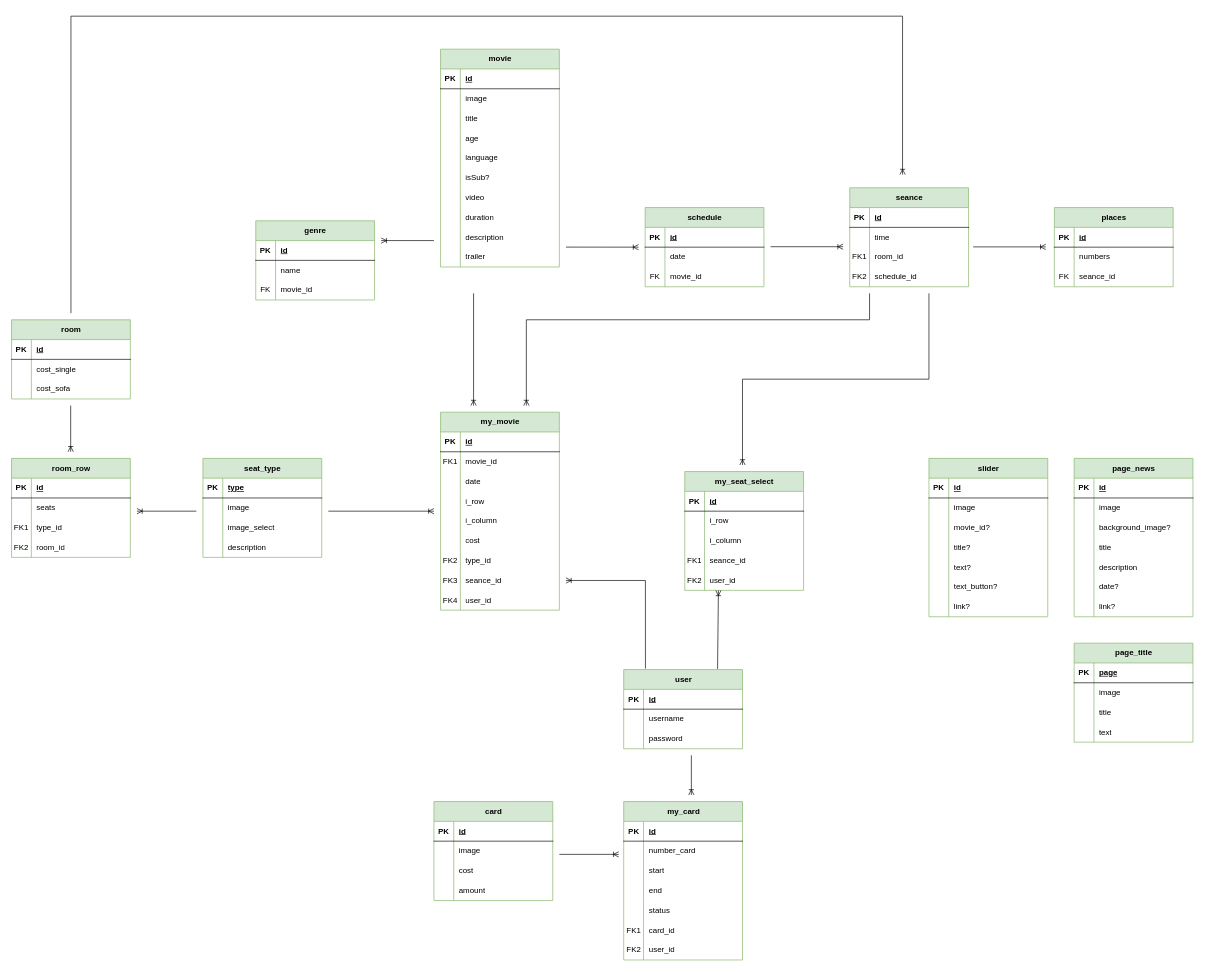
Before: backend/Диаграмма классов.drawio in DeeMooR/Silver-Screen, a draw.io diagram. Source tidied: cells renumbered, new cells numbered last; positions are measured from the earlier drawing's top-left corner, leaving out a move shared by most shapes. Both pictures are drawn from the tidied source at 66%, with x=0, y=0 at pixel (11, 16).
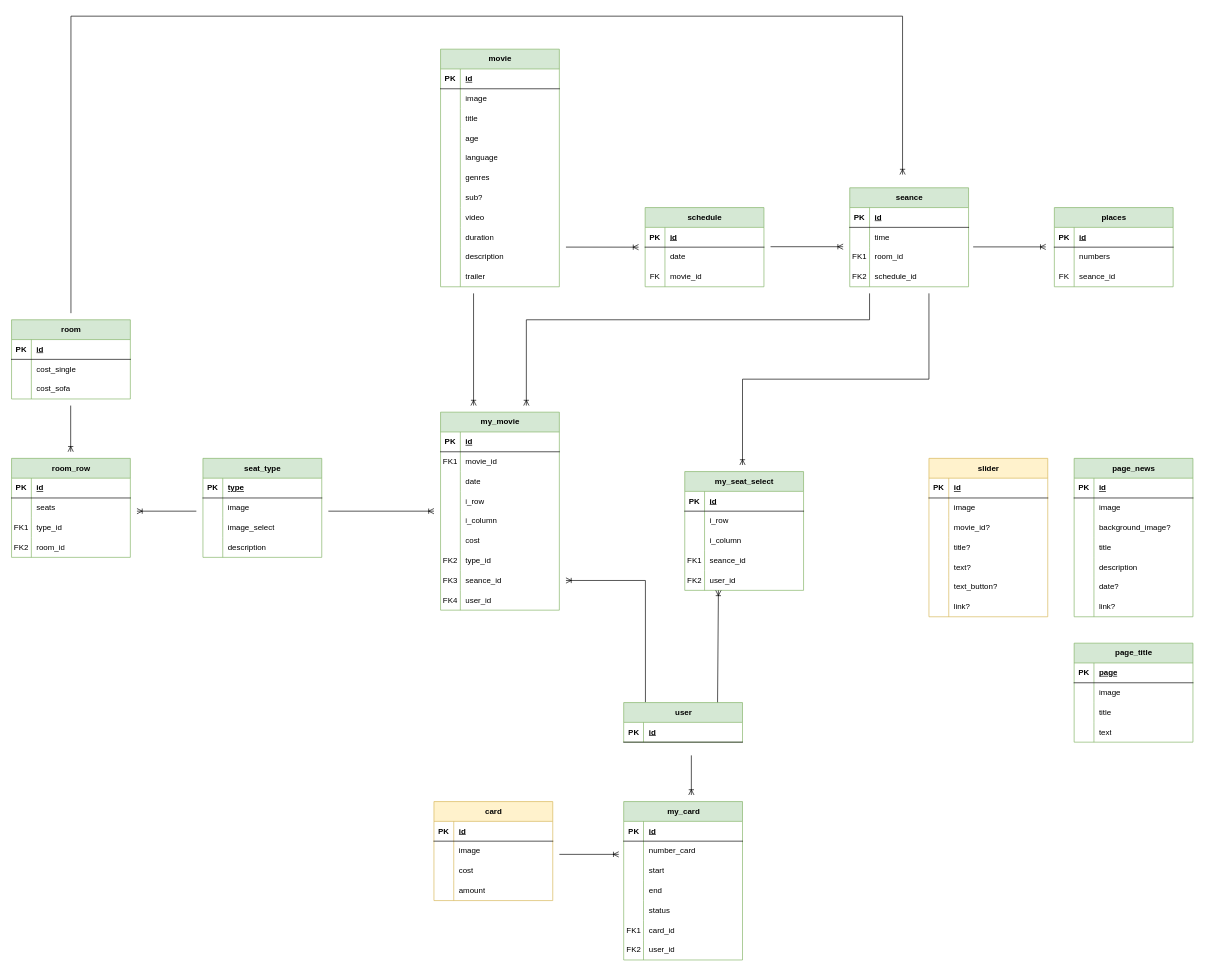
The same diagram, later.

The edit, as a diff of the source:
```diff
@@
     <mxCell id="2" value="user" style="shape=table;startSize=30;childLayout=tableLayout;rowLines=0;fontStyle=1;align=center;html=1;fillColor=#d5e8d4;strokeColor=#82b366;" parent="1" vertex="1">
-      <mxGeometry x="927.5" y="990" width="180" height="120" as="geometry" />
+      <mxGeometry x="927.5" y="1040" width="180" height="60" as="geometry" />
     </mxCell>
@@
-    <mxCell id="6" style="shape=tableRow;horizontal=0;startSize=0;swimlaneHead=0;swimlaneBody=0;fillColor=none;top=0;left=0;right=0;bottom=0;" parent="2" vertex="1">
-      <mxGeometry y="60" width="180" height="30" as="geometry" />
-    </mxCell>
-    <mxCell id="7" style="shape=partialRectangle;fillColor=none;top=0;left=0;bottom=0;right=0;overflow=hidden;whiteSpace=wrap;html=1;" parent="6" vertex="1">
-      <mxGeometry width="30" height="30" as="geometry" />
-    </mxCell>
-    <mxCell id="8" value="username" style="shape=partialRectangle;fillColor=none;top=0;left=0;bottom=0;right=0;align=left;spacingLeft=6;overflow=hidden;whiteSpace=wrap;html=1;" parent="6" vertex="1">
-      <mxGeometry x="30" width="150" height="30" as="geometry" />
-    </mxCell>
-    <mxCell id="9" style="shape=tableRow;horizontal=0;startSize=0;swimlaneHead=0;swimlaneBody=0;fillColor=none;top=0;left=0;right=0;bottom=0;" parent="2" vertex="1">
-      <mxGeometry y="90" width="180" height="30" as="geometry" />
-    </mxCell>
-    <mxCell id="10" style="shape=partialRectangle;fillColor=none;top=0;left=0;bottom=0;right=0;overflow=hidden;whiteSpace=wrap;html=1;" parent="9" vertex="1">
-      <mxGeometry width="30" height="30" as="geometry" />
-    </mxCell>
-    <mxCell id="11" value="password" style="shape=partialRectangle;fillColor=none;top=0;left=0;bottom=0;right=0;align=left;spacingLeft=6;overflow=hidden;whiteSpace=wrap;html=1;" parent="9" vertex="1">
-      <mxGeometry x="30" width="150" height="30" as="geometry" />
-    </mxCell>
@@
-    <mxCell id="78" value="card" style="shape=table;startSize=30;childLayout=tableLayout;rowLines=0;fontStyle=1;align=center;html=1;fillColor=#d5e8d4;strokeColor=#82b366;" parent="1" vertex="1">
+    <mxCell id="78" value="card" style="shape=table;startSize=30;childLayout=tableLayout;rowLines=0;fontStyle=1;align=center;html=1;fillColor=#fff2cc;strokeColor=#d6b656;" parent="1" vertex="1">
       <mxGeometry x="640" y="1190" width="180" height="150" as="geometry" />
     </mxCell>
@@
-    <mxCell id="139" value="slider" style="shape=table;startSize=30;childLayout=tableLayout;rowLines=0;fontStyle=1;align=center;html=1;fillColor=#d5e8d4;strokeColor=#82b366;" parent="1" vertex="1">
+    <mxCell id="139" value="slider" style="shape=table;startSize=30;childLayout=tableLayout;rowLines=0;fontStyle=1;align=center;html=1;fillColor=#fff2cc;strokeColor=#d6b656;" parent="1" vertex="1">
       <mxGeometry x="1390" y="670" width="180" height="240" as="geometry" />
     </mxCell>
@@
     <mxCell id="184" value="movie" style="shape=table;startSize=30;childLayout=tableLayout;rowLines=0;fontStyle=1;align=center;html=1;fillColor=#d5e8d4;strokeColor=#82b366;" parent="1" vertex="1">
-      <mxGeometry x="650" y="50" width="180" height="330" as="geometry" />
+      <mxGeometry x="650" y="50" width="180" height="360" as="geometry" />
     </mxCell>
@@
+    <mxCell id="273" style="shape=tableRow;horizontal=0;startSize=0;swimlaneHead=0;swimlaneBody=0;fillColor=none;top=0;left=0;right=0;bottom=0;" parent="184" vertex="1">
+      <mxGeometry y="180" width="180" height="30" as="geometry" />
+    </mxCell>
+    <mxCell id="274" style="shape=partialRectangle;fillColor=none;top=0;left=0;bottom=0;right=0;overflow=hidden;whiteSpace=wrap;html=1;" parent="273" vertex="1">
+      <mxGeometry width="30" height="30" as="geometry" />
+    </mxCell>
+    <mxCell id="275" value="genres" style="shape=partialRectangle;fillColor=none;top=0;left=0;bottom=0;right=0;align=left;spacingLeft=6;overflow=hidden;whiteSpace=wrap;html=1;" parent="273" vertex="1">
+      <mxGeometry x="30" width="150" height="30" as="geometry" />
+    </mxCell>
     <mxCell id="200" style="shape=tableRow;horizontal=0;startSize=0;swimlaneHead=0;swimlaneBody=0;fillColor=none;top=0;left=0;right=0;bottom=0;" parent="184" vertex="1">
-      <mxGeometry y="180" width="180" height="30" as="geometry" />
+      <mxGeometry y="210" width="180" height="30" as="geometry" />
     </mxCell>
@@
-    <mxCell id="202" value="isSub?" style="shape=partialRectangle;fillColor=none;top=0;left=0;bottom=0;right=0;align=left;spacingLeft=6;overflow=hidden;whiteSpace=wrap;html=1;" parent="200" vertex="1">
+    <mxCell id="202" value="sub?" style="shape=partialRectangle;fillColor=none;top=0;left=0;bottom=0;right=0;align=left;spacingLeft=6;overflow=hidden;whiteSpace=wrap;html=1;" parent="200" vertex="1">
       <mxGeometry x="30" width="150" height="30" as="geometry" />
     </mxCell>
     <mxCell id="203" style="shape=tableRow;horizontal=0;startSize=0;swimlaneHead=0;swimlaneBody=0;fillColor=none;top=0;left=0;right=0;bottom=0;" parent="184" vertex="1">
-      <mxGeometry y="210" width="180" height="30" as="geometry" />
+      <mxGeometry y="240" width="180" height="30" as="geometry" />
     </mxCell>
@@
     <mxCell id="206" style="shape=tableRow;horizontal=0;startSize=0;swimlaneHead=0;swimlaneBody=0;fillColor=none;top=0;left=0;right=0;bottom=0;" parent="184" vertex="1">
-      <mxGeometry y="240" width="180" height="30" as="geometry" />
+      <mxGeometry y="270" width="180" height="30" as="geometry" />
     </mxCell>
@@
     <mxCell id="209" style="shape=tableRow;horizontal=0;startSize=0;swimlaneHead=0;swimlaneBody=0;fillColor=none;top=0;left=0;right=0;bottom=0;" parent="184" vertex="1">
-      <mxGeometry y="270" width="180" height="30" as="geometry" />
+      <mxGeometry y="300" width="180" height="30" as="geometry" />
     </mxCell>
@@
     <mxCell id="212" style="shape=tableRow;horizontal=0;startSize=0;swimlaneHead=0;swimlaneBody=0;fillColor=none;top=0;left=0;right=0;bottom=0;" parent="184" vertex="1">
-      <mxGeometry y="300" width="180" height="30" as="geometry" />
+      <mxGeometry y="330" width="180" height="30" as="geometry" />
     </mxCell>
@@
-    <mxCell id="258" value="genre" style="shape=table;startSize=30;childLayout=tableLayout;rowLines=0;fontStyle=1;align=center;html=1;fillColor=#d5e8d4;strokeColor=#82b366;" parent="1" vertex="1">
-      <mxGeometry x="370" y="310" width="180" height="120" as="geometry" />
-    </mxCell>
-    <mxCell id="259" style="shape=tableRow;horizontal=0;startSize=0;swimlaneHead=0;swimlaneBody=0;fillColor=none;top=0;left=0;right=0;bottom=1;" parent="258" vertex="1">
-      <mxGeometry y="30" width="180" height="30" as="geometry" />
-    </mxCell>
-    <mxCell id="260" value="PK" style="shape=partialRectangle;fillColor=none;top=0;left=0;bottom=0;right=0;fontStyle=1;overflow=hidden;whiteSpace=wrap;html=1;" parent="259" vertex="1">
-      <mxGeometry width="30" height="30" as="geometry" />
-    </mxCell>
-    <mxCell id="261" value="id" style="shape=partialRectangle;fillColor=none;top=0;left=0;bottom=0;right=0;align=left;spacingLeft=6;fontStyle=5;overflow=hidden;whiteSpace=wrap;html=1;" parent="259" vertex="1">
-      <mxGeometry x="30" width="150" height="30" as="geometry" />
-    </mxCell>
-    <mxCell id="262" style="shape=tableRow;horizontal=0;startSize=0;swimlaneHead=0;swimlaneBody=0;fillColor=none;top=0;left=0;right=0;bottom=0;" parent="258" vertex="1">
-      <mxGeometry y="60" width="180" height="30" as="geometry" />
-    </mxCell>
-    <mxCell id="263" style="shape=partialRectangle;fillColor=none;top=0;left=0;bottom=0;right=0;overflow=hidden;whiteSpace=wrap;html=1;" parent="262" vertex="1">
-      <mxGeometry width="30" height="30" as="geometry" />
-    </mxCell>
-    <mxCell id="264" value="name" style="shape=partialRectangle;fillColor=none;top=0;left=0;bottom=0;right=0;align=left;spacingLeft=6;overflow=hidden;whiteSpace=wrap;html=1;" parent="262" vertex="1">
-      <mxGeometry x="30" width="150" height="30" as="geometry" />
-    </mxCell>
-    <mxCell id="265" style="shape=tableRow;horizontal=0;startSize=0;swimlaneHead=0;swimlaneBody=0;fillColor=none;top=0;left=0;right=0;bottom=0;" parent="258" vertex="1">
-      <mxGeometry y="90" width="180" height="30" as="geometry" />
-    </mxCell>
-    <mxCell id="266" value="FK" style="shape=partialRectangle;fillColor=none;top=0;left=0;bottom=0;right=0;overflow=hidden;whiteSpace=wrap;html=1;" parent="265" vertex="1">
-      <mxGeometry width="30" height="30" as="geometry" />
-    </mxCell>
-    <mxCell id="267" value="movie_id" style="shape=partialRectangle;fillColor=none;top=0;left=0;bottom=0;right=0;align=left;spacingLeft=6;overflow=hidden;whiteSpace=wrap;html=1;" parent="265" vertex="1">
-      <mxGeometry x="30" width="150" height="30" as="geometry" />
-    </mxCell>
@@
-    <mxCell id="271" style="fontSize=12;html=1;endArrow=ERoneToMany;rounded=0;" parent="1" edge="1">
-      <mxGeometry relative="1" as="geometry">
-        <mxPoint x="640" y="340" as="sourcePoint" />
-        <mxPoint x="560" y="340" as="targetPoint" />
-      </mxGeometry>
-    </mxCell>
```
